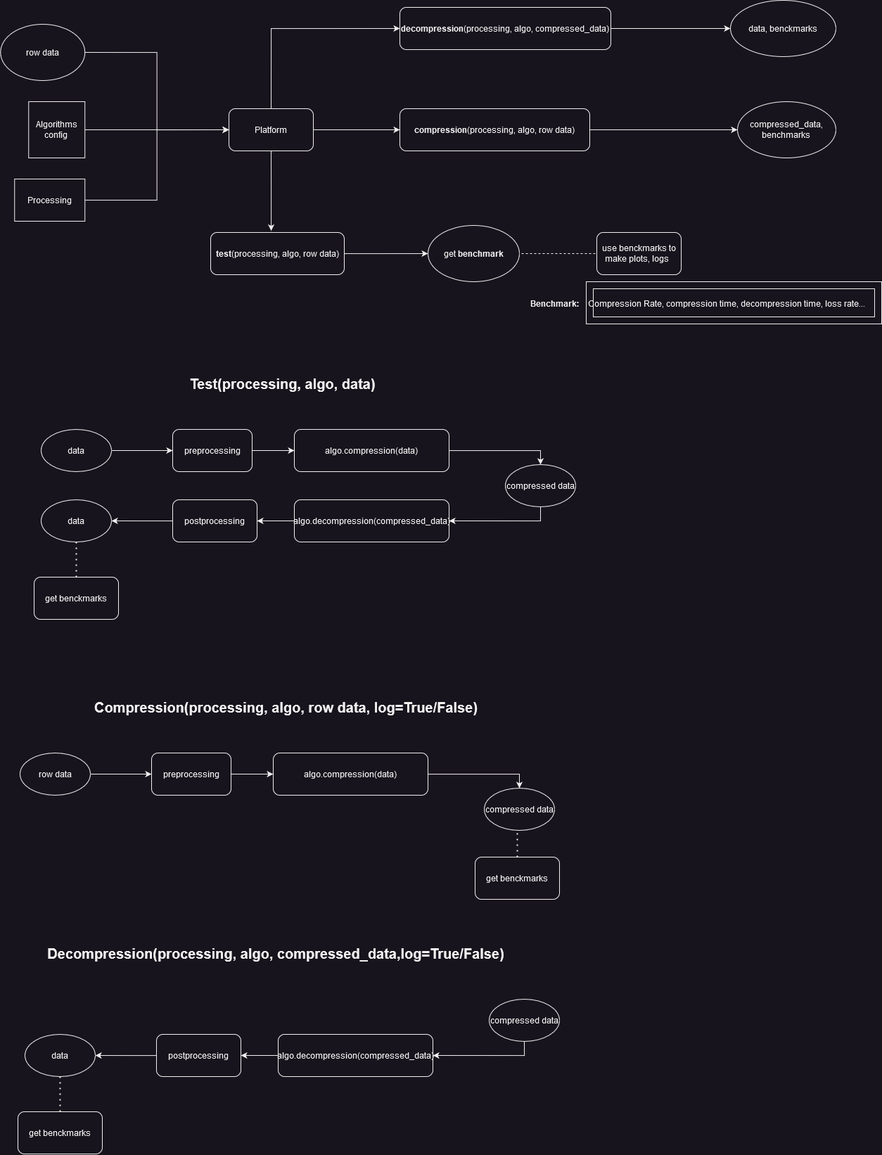
Before: docs/Platform_Graphics.png, a diagram exported from draw.io (BuryatyaTut/STIL_internship). Source tidied: cells renumbered, new cells last; positions are measured from the earlier drawing's top-left corner, leaving out a move shared by most shapes.
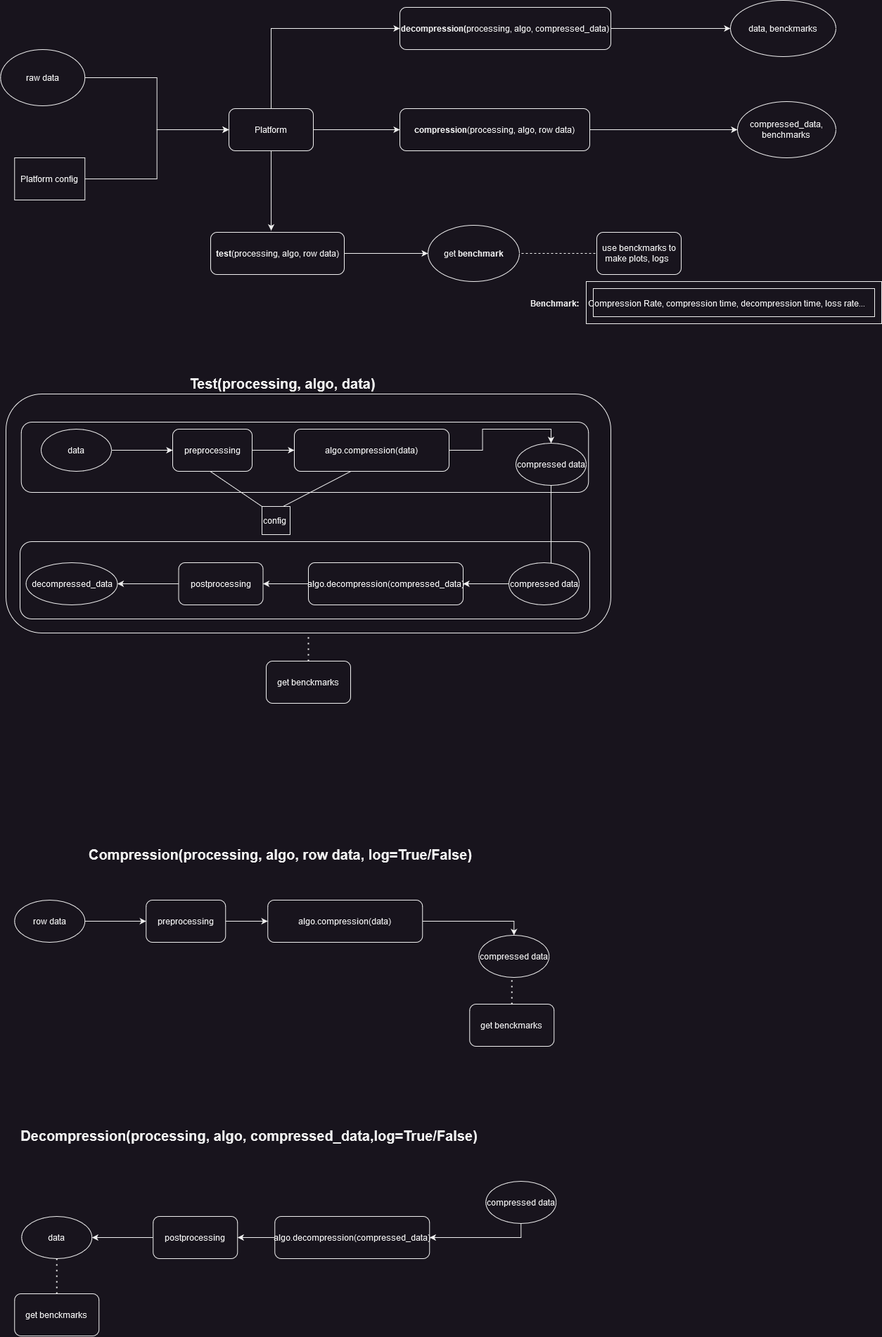
After the change.

The edit, as a diff of the source:
```diff
@@ -25,15 +25,9 @@
     <mxCell id="8" style="edgeStyle=orthogonalEdgeStyle;rounded=0;jettySize=auto;html=1;exitX=1;exitY=0.5;exitDx=0;exitDy=0;entryX=0;entryY=0.5;entryDx=0;entryDy=0;" parent="1" edge="1" source="9" target="5">
       <mxGeometry relative="1" as="geometry" />
     </mxCell>
-    <mxCell id="9" value="row data" style="ellipse;whiteSpace=wrap;html=1;" parent="1" vertex="1">
-      <mxGeometry x="0.2" y="34" width="120" height="80" as="geometry" />
+    <mxCell id="9" value="&lt;div&gt;raw data&lt;/div&gt;" style="ellipse;whiteSpace=wrap;html=1;" parent="1" vertex="1">
+      <mxGeometry x="0.2" y="70" width="120" height="80" as="geometry" />
     </mxCell>
-    <mxCell id="10" style="edgeStyle=orthogonalEdgeStyle;rounded=0;jettySize=auto;html=1;exitX=1;exitY=0.5;exitDx=0;exitDy=0;entryX=0;entryY=0.5;entryDx=0;entryDy=0;" parent="1" edge="1" source="11" target="5">
-      <mxGeometry relative="1" as="geometry" />
-    </mxCell>
-    <mxCell id="11" value="&lt;div&gt;Algorithms&lt;/div&gt;&lt;div&gt;config&lt;br&gt;&lt;/div&gt;" style="whiteSpace=wrap;html=1;" parent="1" vertex="1">
-      <mxGeometry x="40.2" y="144" width="80" height="80" as="geometry" />
-    </mxCell>
     <mxCell id="12" value="&lt;b&gt;Benchmark:&lt;/b&gt;" style="text;html=1;strokeColor=none;fillColor=none;align=center;verticalAlign=middle;whiteSpace=wrap;rounded=0;" parent="1" vertex="1">
       <mxGeometry x="738" y="416" width="100" height="30" as="geometry" />
     </mxCell>
@@ -62,7 +56,7 @@
       <mxGeometry relative="1" as="geometry" />
     </mxCell>
     <mxCell id="20" value="algo.decompression(compressed_data)" style="whiteSpace=wrap;html=1;rounded=1;" parent="1" vertex="1">
-      <mxGeometry x="418" y="710" width="220" height="60" as="geometry" />
+      <mxGeometry x="438" y="800" width="220" height="60" as="geometry" />
     </mxCell>
     <mxCell id="21" style="edgeStyle=orthogonalEdgeStyle;rounded=0;jettySize=auto;html=1;" parent="1" edge="1" source="22" target="24">
       <mxGeometry relative="1" as="geometry" />
@@ -78,35 +72,35 @@
     </mxCell>
     <mxCell id="25" style="edgeStyle=orthogonalEdgeStyle;rounded=0;jettySize=auto;html=1;" parent="1" edge="1" source="26">
       <mxGeometry relative="1" as="geometry">
-        <mxPoint x="158" y="740" as="targetPoint" />
+        <mxPoint x="166.5" y="830" as="targetPoint" />
       </mxGeometry>
     </mxCell>
     <mxCell id="26" value="postprocessing" style="rounded=1;whiteSpace=wrap;html=1;" parent="1" vertex="1">
-      <mxGeometry x="245" y="710" width="120" height="60" as="geometry" />
+      <mxGeometry x="253.5" y="800" width="120" height="60" as="geometry" />
     </mxCell>
-    <mxCell id="27" value="data" style="ellipse;whiteSpace=wrap;html=1;" parent="1" vertex="1">
-      <mxGeometry x="58" y="710" width="100" height="60" as="geometry" />
+    <mxCell id="27" value="decompressed_data" style="ellipse;whiteSpace=wrap;html=1;" parent="1" vertex="1">
+      <mxGeometry x="36.5" y="800" width="130" height="60" as="geometry" />
     </mxCell>
     <mxCell id="28" style="edgeStyle=orthogonalEdgeStyle;rounded=0;jettySize=auto;html=1;exitX=0.5;exitY=1;exitDx=0;exitDy=0;entryX=1;entryY=0.5;entryDx=0;entryDy=0;" parent="1" edge="1" source="29" target="20">
       <mxGeometry relative="1" as="geometry" />
     </mxCell>
     <mxCell id="29" value="compressed data" style="ellipse;whiteSpace=wrap;html=1;" parent="1" vertex="1">
-      <mxGeometry x="718" y="660" width="100" height="60" as="geometry" />
+      <mxGeometry x="733" y="630" width="100" height="60" as="geometry" />
     </mxCell>
     <mxCell id="30" value="&lt;b&gt;&lt;font style=&quot;font-size: 20px;&quot;&gt;Test(processing, algo, data)&lt;/font&gt;&lt;/b&gt;" style="text;html=1;strokeColor=none;fillColor=none;align=center;verticalAlign=middle;whiteSpace=wrap;rounded=0;" parent="1" vertex="1">
       <mxGeometry x="245" y="510" width="313" height="70" as="geometry" />
     </mxCell>
-    <mxCell id="31" style="endArrow=none;dashed=1;html=1;dashPattern=1 3;strokeWidth=2;rounded=0;entryX=0.5;entryY=1;entryDx=0;entryDy=0;exitX=0.5;exitY=0;exitDx=0;exitDy=0;" parent="1" edge="1" source="32" target="27">
+    <mxCell id="31" style="endArrow=none;dashed=1;html=1;dashPattern=1 3;strokeWidth=2;rounded=0;entryX=0.5;entryY=1;entryDx=0;entryDy=0;exitX=0.5;exitY=0;exitDx=0;exitDy=0;" parent="1" edge="1" source="32" target="62">
       <mxGeometry relative="1" as="geometry" />
     </mxCell>
     <mxCell id="32" value="get benckmarks" style="rounded=1;whiteSpace=wrap;html=1;" parent="1" vertex="1">
-      <mxGeometry x="48" y="820" width="120" height="60" as="geometry" />
+      <mxGeometry x="378" y="940" width="120" height="60" as="geometry" />
     </mxCell>
     <mxCell id="33" style="edgeStyle=orthogonalEdgeStyle;rounded=0;jettySize=auto;html=1;entryX=0;entryY=0.5;entryDx=0;entryDy=0;" parent="1" edge="1" source="34" target="5">
       <mxGeometry relative="1" as="geometry" />
     </mxCell>
-    <mxCell id="34" value="Processing" style="rounded=0;whiteSpace=wrap;html=1;" parent="1" vertex="1">
-      <mxGeometry x="20.2" y="254" width="100" height="60" as="geometry" />
+    <mxCell id="34" value="Platform config" style="rounded=0;whiteSpace=wrap;html=1;" parent="1" vertex="1">
+      <mxGeometry x="20.2" y="224" width="100" height="60" as="geometry" />
     </mxCell>
     <mxCell id="35" style="edgeStyle=orthogonalEdgeStyle;rounded=0;jettySize=auto;html=1;" parent="1" edge="1" source="36" target="56">
       <mxGeometry relative="1" as="geometry" />
@@ -117,58 +111,58 @@
     <mxCell id="37" style="edgeStyle=orthogonalEdgeStyle;rounded=0;jettySize=auto;html=1;" parent="1" edge="1" source="38" target="55">
       <mxGeometry relative="1" as="geometry" />
     </mxCell>
-    <mxCell id="38" value="&lt;b style=&quot;border-color: var(--border-color);&quot;&gt;decompression&lt;/b&gt;(processing, algo, compressed_data)" style="rounded=1;whiteSpace=wrap;html=1;" parent="1" vertex="1">
+    <mxCell id="38" value="&lt;div&gt;&lt;b style=&quot;border-color: var(--border-color);&quot;&gt;decompression(&lt;/b&gt;processing, algo, compressed_data)&lt;/div&gt;" style="rounded=1;whiteSpace=wrap;html=1;" parent="1" vertex="1">
       <mxGeometry x="568" y="10" width="300" height="60" as="geometry" />
     </mxCell>
     <mxCell id="39" style="edgeStyle=orthogonalEdgeStyle;rounded=0;jettySize=auto;html=1;entryX=0.5;entryY=0;entryDx=0;entryDy=0;" parent="1" edge="1" source="40" target="45">
       <mxGeometry relative="1" as="geometry" />
     </mxCell>
     <mxCell id="40" value="algo.compression(data)" style="rounded=1;whiteSpace=wrap;html=1;" parent="1" vertex="1">
-      <mxGeometry x="388" y="1070" width="220" height="60" as="geometry" />
+      <mxGeometry x="380.2" y="1280" width="220" height="60" as="geometry" />
     </mxCell>
     <mxCell id="41" style="edgeStyle=orthogonalEdgeStyle;rounded=0;jettySize=auto;html=1;" parent="1" edge="1" source="42" target="44">
       <mxGeometry relative="1" as="geometry" />
     </mxCell>
     <mxCell id="42" value="row data" style="ellipse;whiteSpace=wrap;html=1;" parent="1" vertex="1">
-      <mxGeometry x="28" y="1070" width="100" height="60" as="geometry" />
+      <mxGeometry x="20.2" y="1280" width="100" height="60" as="geometry" />
     </mxCell>
     <mxCell id="43" style="edgeStyle=orthogonalEdgeStyle;rounded=0;jettySize=auto;html=1;" parent="1" edge="1" source="44" target="40">
       <mxGeometry relative="1" as="geometry" />
     </mxCell>
     <mxCell id="44" value="preprocessing" style="rounded=1;whiteSpace=wrap;html=1;" parent="1" vertex="1">
-      <mxGeometry x="215" y="1070" width="113" height="60" as="geometry" />
+      <mxGeometry x="207.2" y="1280" width="113" height="60" as="geometry" />
     </mxCell>
     <mxCell id="45" value="compressed data" style="ellipse;whiteSpace=wrap;html=1;" parent="1" vertex="1">
-      <mxGeometry x="688" y="1120" width="100" height="60" as="geometry" />
+      <mxGeometry x="680.2" y="1330" width="100" height="60" as="geometry" />
     </mxCell>
     <mxCell id="46" value="&lt;b&gt;&lt;font style=&quot;font-size: 20px;&quot;&gt;Compression(processing, algo, row data, log=True/False)&lt;/font&gt;&lt;/b&gt;" style="text;html=1;strokeColor=none;fillColor=none;align=center;verticalAlign=middle;whiteSpace=wrap;rounded=0;" parent="1" vertex="1">
-      <mxGeometry x="115" y="970" width="583" height="70" as="geometry" />
+      <mxGeometry x="107.2" y="1180" width="583" height="70" as="geometry" />
     </mxCell>
     <mxCell id="47" style="edgeStyle=orthogonalEdgeStyle;rounded=0;jettySize=auto;html=1;" parent="1" edge="1" source="48" target="50">
       <mxGeometry relative="1" as="geometry" />
     </mxCell>
     <mxCell id="48" value="algo.decompression(compressed_data)" style="whiteSpace=wrap;html=1;rounded=1;" parent="1" vertex="1">
-      <mxGeometry x="395" y="1470" width="220" height="60" as="geometry" />
+      <mxGeometry x="390.2" y="1730" width="220" height="60" as="geometry" />
     </mxCell>
     <mxCell id="49" style="edgeStyle=orthogonalEdgeStyle;rounded=0;jettySize=auto;html=1;" parent="1" edge="1" source="50">
       <mxGeometry relative="1" as="geometry">
-        <mxPoint x="135" y="1500" as="targetPoint" />
+        <mxPoint x="130.2" y="1760" as="targetPoint" />
       </mxGeometry>
     </mxCell>
     <mxCell id="50" value="postprocessing" style="rounded=1;whiteSpace=wrap;html=1;" parent="1" vertex="1">
-      <mxGeometry x="222" y="1470" width="120" height="60" as="geometry" />
+      <mxGeometry x="217.2" y="1730" width="120" height="60" as="geometry" />
     </mxCell>
     <mxCell id="51" value="data" style="ellipse;whiteSpace=wrap;html=1;" parent="1" vertex="1">
-      <mxGeometry x="35" y="1470" width="100" height="60" as="geometry" />
+      <mxGeometry x="30.2" y="1730" width="100" height="60" as="geometry" />
     </mxCell>
     <mxCell id="52" style="edgeStyle=orthogonalEdgeStyle;rounded=0;jettySize=auto;html=1;exitX=0.5;exitY=1;exitDx=0;exitDy=0;entryX=1;entryY=0.5;entryDx=0;entryDy=0;" parent="1" edge="1" source="53" target="48">
       <mxGeometry relative="1" as="geometry" />
     </mxCell>
     <mxCell id="53" value="compressed data" style="ellipse;whiteSpace=wrap;html=1;" parent="1" vertex="1">
-      <mxGeometry x="695" y="1420" width="100" height="60" as="geometry" />
+      <mxGeometry x="690.2" y="1680" width="100" height="60" as="geometry" />
     </mxCell>
     <mxCell id="54" value="&lt;b&gt;&lt;font style=&quot;font-size: 20px;&quot;&gt;Decompression(processing, algo, compressed_data,&lt;/font&gt;&lt;/b&gt;&lt;b style=&quot;border-color: var(--border-color);&quot;&gt;&lt;font style=&quot;border-color: var(--border-color); font-size: 20px;&quot;&gt;log=True/False&lt;/font&gt;&lt;/b&gt;&lt;b&gt;&lt;font style=&quot;font-size: 20px;&quot;&gt;)&lt;/font&gt;&lt;/b&gt;" style="text;html=1;strokeColor=none;fillColor=none;align=center;verticalAlign=middle;whiteSpace=wrap;rounded=0;" parent="1" vertex="1">
-      <mxGeometry x="58" y="1320" width="668" height="70" as="geometry" />
+      <mxGeometry x="20.2" y="1580" width="668" height="70" as="geometry" />
     </mxCell>
     <mxCell id="55" value="data, benckmarks" style="ellipse;whiteSpace=wrap;html=1;rounded=1;" parent="1" vertex="1">
       <mxGeometry x="1038" width="150" height="80" as="geometry" />
@@ -178,22 +172,43 @@
     </mxCell>
     <mxCell id="57" style="endArrow=none;dashed=1;html=1;dashPattern=1 3;strokeWidth=2;rounded=0;entryX=0.5;entryY=1;entryDx=0;entryDy=0;exitX=0.5;exitY=0;exitDx=0;exitDy=0;" parent="1" edge="1" source="58">
       <mxGeometry relative="1" as="geometry">
-        <mxPoint x="735" y="1180" as="targetPoint" />
+        <mxPoint x="727.2" y="1390" as="targetPoint" />
       </mxGeometry>
     </mxCell>
     <mxCell id="58" value="get benckmarks" style="rounded=1;whiteSpace=wrap;html=1;" parent="1" vertex="1">
-      <mxGeometry x="675" y="1218" width="120" height="60" as="geometry" />
+      <mxGeometry x="667.2" y="1428" width="120" height="60" as="geometry" />
     </mxCell>
     <mxCell id="59" style="endArrow=none;dashed=1;html=1;dashPattern=1 3;strokeWidth=2;rounded=0;entryX=0.5;entryY=1;entryDx=0;entryDy=0;exitX=0.5;exitY=0;exitDx=0;exitDy=0;" parent="1" edge="1" source="60">
       <mxGeometry relative="1" as="geometry">
-        <mxPoint x="85" y="1530" as="targetPoint" />
+        <mxPoint x="80.2" y="1790" as="targetPoint" />
       </mxGeometry>
     </mxCell>
     <mxCell id="60" value="get benckmarks" style="rounded=1;whiteSpace=wrap;html=1;" parent="1" vertex="1">
-      <mxGeometry x="25" y="1580" width="120" height="60" as="geometry" />
+      <mxGeometry x="20.2" y="1840" width="120" height="60" as="geometry" />
     </mxCell>
     <mxCell id="61" value="get&amp;nbsp;&lt;b style=&quot;border-color: var(--border-color);&quot;&gt;benchmark&lt;/b&gt;" style="ellipse;whiteSpace=wrap;html=1;" parent="1" vertex="1">
       <mxGeometry x="608" y="320" width="130" height="80" as="geometry" />
     </mxCell>
+    <mxCell id="62" style="rounded=1;whiteSpace=wrap;html=1;fillColor=none;" parent="1" vertex="1">
+      <mxGeometry x="8" y="560" width="860" height="340" as="geometry" />
+    </mxCell>
+    <mxCell id="63" style="rounded=1;whiteSpace=wrap;html=1;fillColor=none;" parent="1" vertex="1">
+      <mxGeometry x="29.8" y="600" width="806.5" height="100" as="geometry" />
+    </mxCell>
+    <mxCell id="64" style="rounded=1;whiteSpace=wrap;html=1;fillColor=none;" parent="1" vertex="1">
+      <mxGeometry x="28" y="770" width="810" height="110" as="geometry" />
+    </mxCell>
+    <mxCell id="65" value="compressed data" style="ellipse;whiteSpace=wrap;html=1;" parent="1" vertex="1">
+      <mxGeometry x="723" y="800" width="100" height="60" as="geometry" />
+    </mxCell>
+    <mxCell id="66" value="config&amp;nbsp;" style="whiteSpace=wrap;html=1;" parent="1" vertex="1">
+      <mxGeometry x="372" y="720" width="40" height="40" as="geometry" />
+    </mxCell>
+    <mxCell id="67" style="endArrow=none;html=1;rounded=0;exitX=0;exitY=0;exitDx=0;exitDy=0;entryX=0.333;entryY=0.7;entryDx=0;entryDy=0;entryPerimeter=0;" parent="1" edge="1" source="66" target="63">
+      <mxGeometry relative="1" as="geometry" />
+    </mxCell>
+    <mxCell id="68" style="endArrow=none;html=1;rounded=0;exitX=0.75;exitY=0;exitDx=0;exitDy=0;entryX=0.581;entryY=0.7;entryDx=0;entryDy=0;entryPerimeter=0;" parent="1" edge="1" source="66" target="63">
+      <mxGeometry relative="1" as="geometry" />
+    </mxCell>
   </root>
 </mxGraphModel>
```
